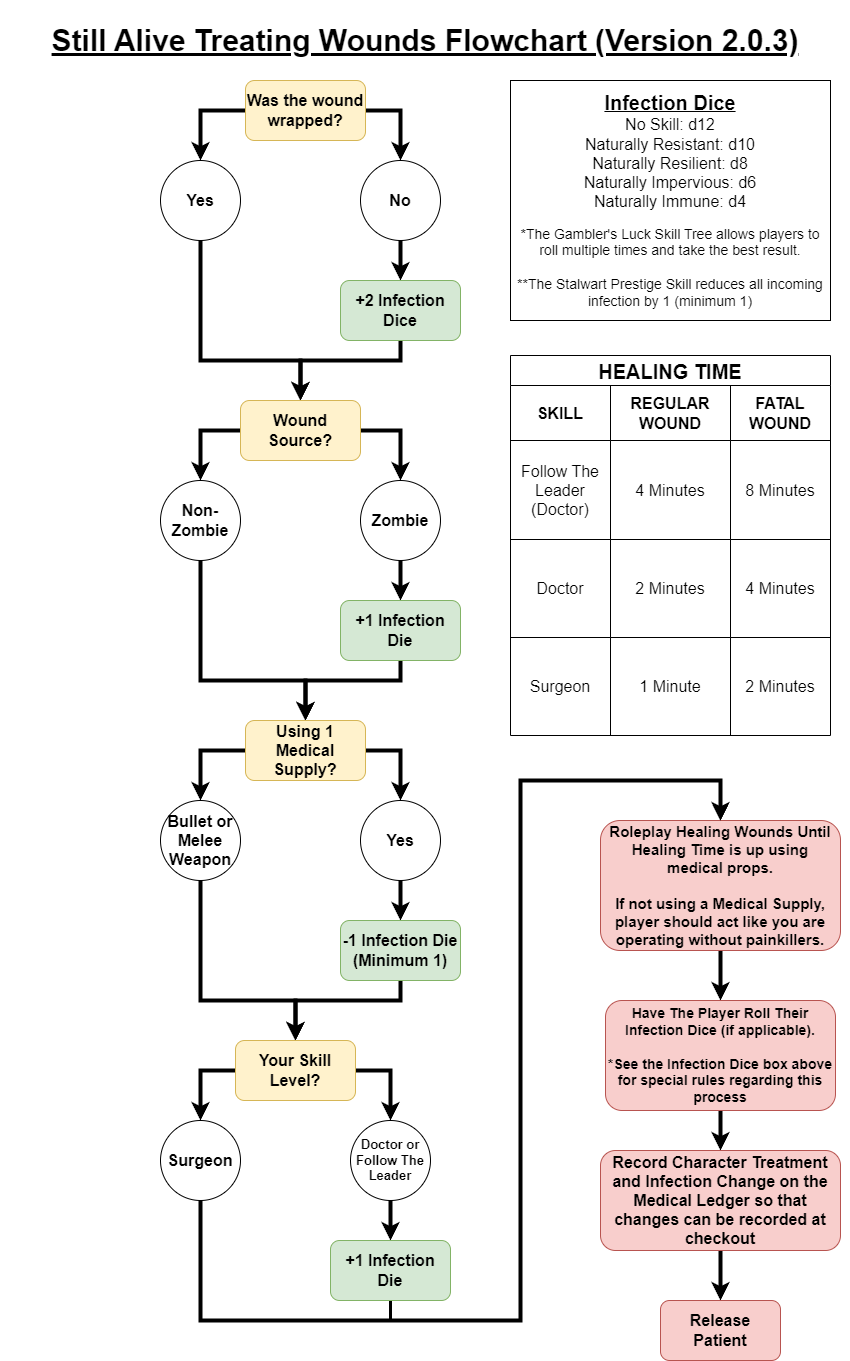
Above: Flow Charts/StillAliveTreatingWoundFlowchartv2_0_3.drawio.png in forkbombsquad/StillAliveLarp_Files (draw.io), before the change. Source tidied: cells renumbered, new cells last; positions are measured from the earlier drawing's top-left corner, leaving out a move shared by most shapes.
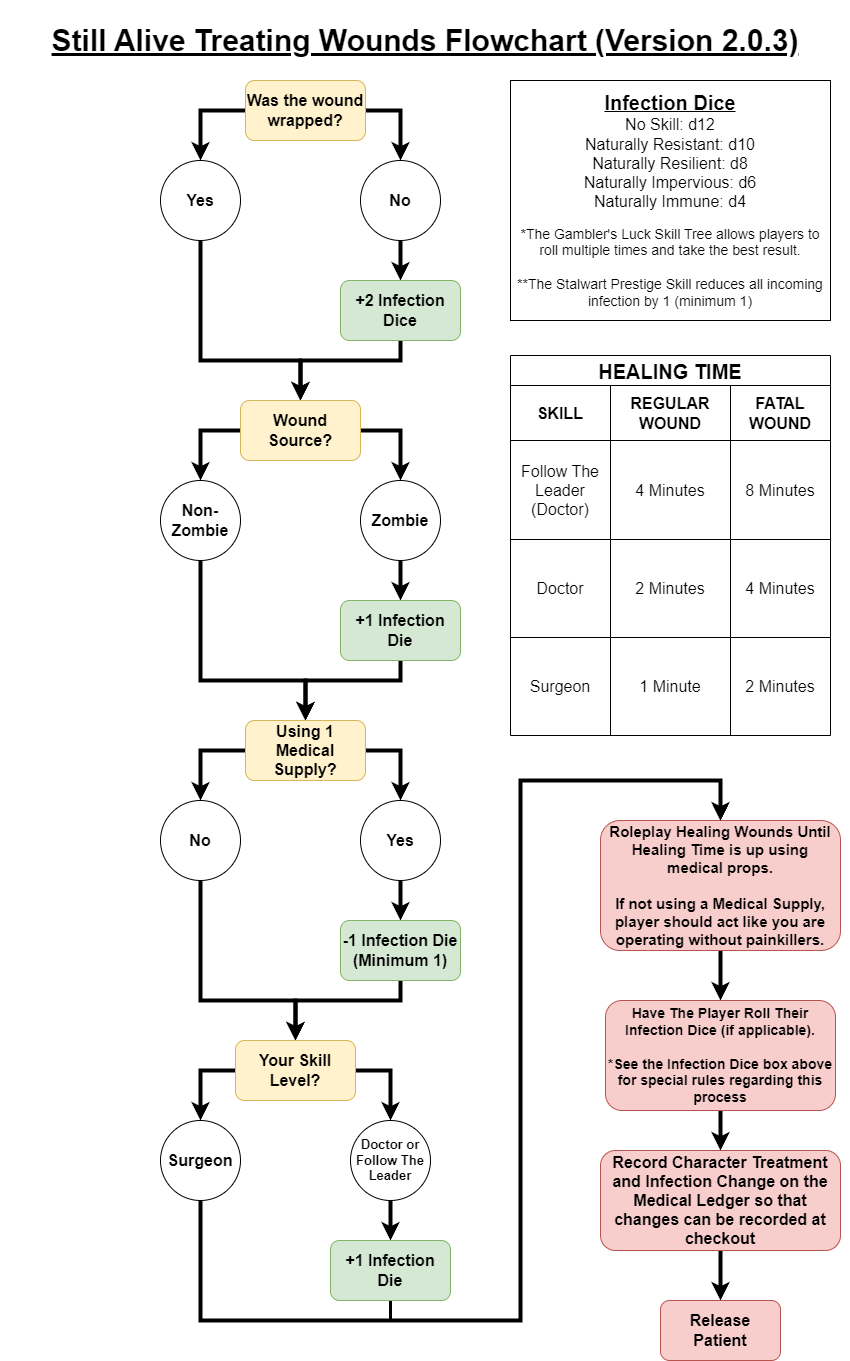
After the change.

Diff of the diagram source:
```diff
@@ -97,7 +97,7 @@
         </Array>
       </mxGeometry>
     </mxCell>
-    <mxCell id="25" value="&lt;font style=&quot;font-size: 16px;&quot;&gt;&lt;b&gt;Bullet or Melee Weapon&lt;/b&gt;&lt;/font&gt;" style="ellipse;whiteSpace=wrap;html=1;" parent="1" vertex="1">
+    <mxCell id="25" value="&lt;font style=&quot;font-size: 16px;&quot;&gt;&lt;b&gt;No&lt;/b&gt;&lt;/font&gt;" style="ellipse;whiteSpace=wrap;html=1;" parent="1" vertex="1">
       <mxGeometry x="160" y="800" width="80" height="80" as="geometry" />
     </mxCell>
     <mxCell id="26" style="edgeStyle=orthogonalEdgeStyle;rounded=0;jettySize=auto;html=1;exitX=0.5;exitY=1;exitDx=0;exitDy=0;entryX=0.5;entryY=0;entryDx=0;entryDy=0;strokeWidth=4;" parent="1" edge="1" source="27" target="29">
```
